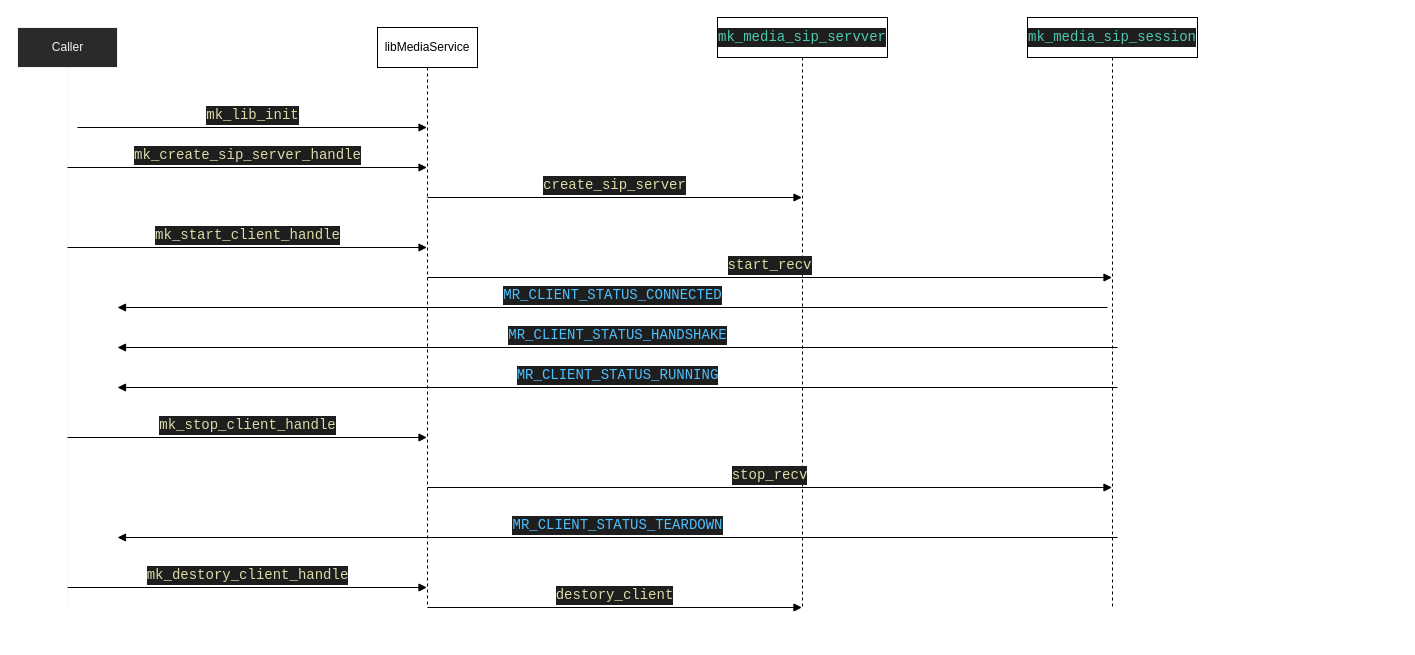
Above: page "02.SIP" (2 of 2) of doc/MediaService.drawio in H-kernel/libMediaService (draw.io), before the change. Source tidied: cells renumbered, new cells numbered last; positions are measured from the earlier drawing's top-left corner, leaving out a move shared by most shapes. Both pictures are drawn from the tidied source at 100%, with x=0, y=0 at pixel (17, 17).
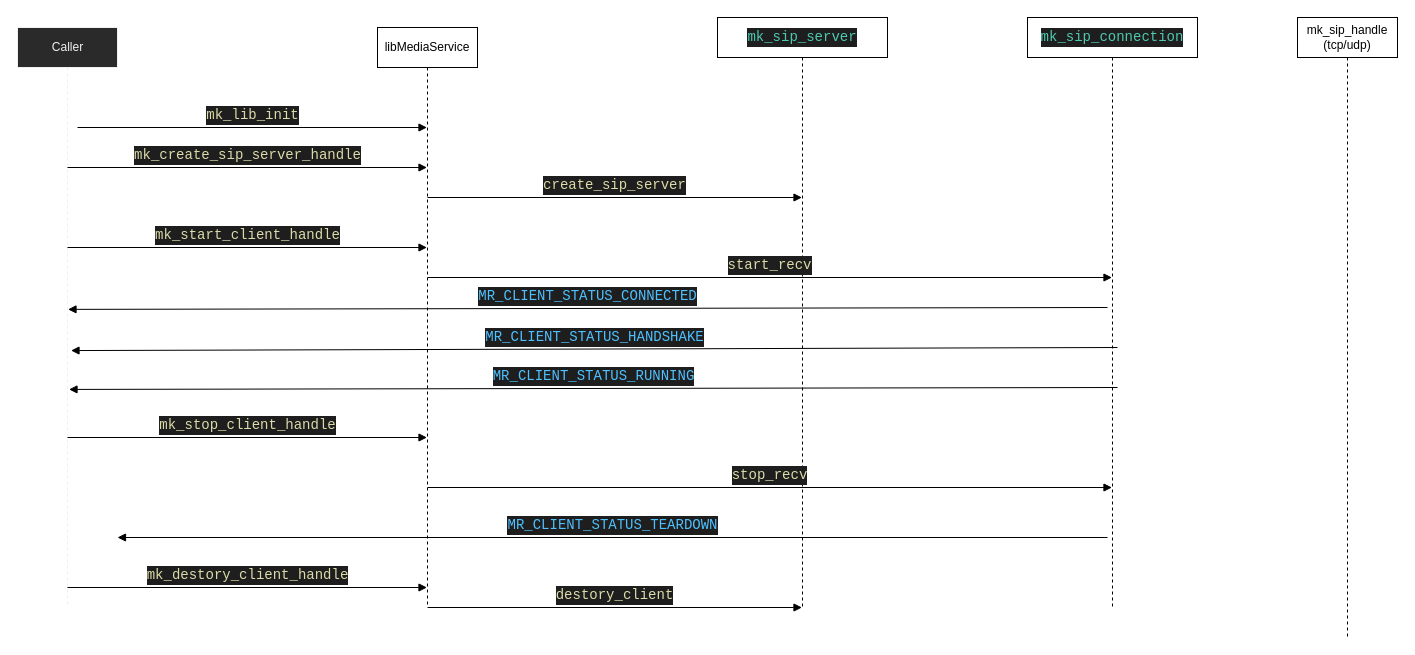
The same diagram, later.

The change refers to these unchanged cells:
```xml
<mxCell id="2" value="Caller" style="html=1;points=[];perimeter=orthogonalPerimeter;shape=umlLifeline;participant=label;fontFamily=Helvetica;fontSize=12;fontColor=#f0f0f0;align=center;strokeColor=#f0f0f0;fillColor=#2a2a2a;" parent="1" vertex="1">
  <mxGeometry y="10" width="100" height="580" as="geometry" />
</mxCell>
```

Change to the diagram source:
```diff
@@
-    <mxCell id="8" value="&lt;div style=&quot;color: rgb(212 , 212 , 212) ; background-color: rgb(30 , 30 , 30) ; font-family: &amp;#34;droid sans mono&amp;#34; , monospace , monospace , &amp;#34;droid sans fallback&amp;#34; ; font-size: 14px ; line-height: 19px&quot;&gt;&lt;span style=&quot;color: #4ec9b0&quot;&gt;mk_media_sip_servver&lt;/span&gt;&lt;/div&gt;" style="shape=umlLifeline;perimeter=lifelinePerimeter;whiteSpace=wrap;html=1;outlineConnect=0;" parent="1" vertex="1">
+    <mxCell id="8" value="&lt;div style=&quot;color: rgb(212 , 212 , 212) ; background-color: rgb(30 , 30 , 30) ; font-family: &amp;#34;droid sans mono&amp;#34; , monospace , monospace , &amp;#34;droid sans fallback&amp;#34; ; font-size: 14px ; line-height: 19px&quot;&gt;&lt;span style=&quot;color: #4ec9b0&quot;&gt;mk_sip_server&lt;/span&gt;&lt;/div&gt;" style="shape=umlLifeline;perimeter=lifelinePerimeter;whiteSpace=wrap;html=1;outlineConnect=0;" parent="1" vertex="1">
       <mxGeometry x="700" width="170" height="590" as="geometry" />
     </mxCell>
-    <mxCell id="9" value="&lt;div style=&quot;color: rgb(212 , 212 , 212) ; background-color: rgb(30 , 30 , 30) ; font-family: &amp;#34;droid sans mono&amp;#34; , monospace , monospace , &amp;#34;droid sans fallback&amp;#34; ; font-size: 14px ; line-height: 19px&quot;&gt;&lt;span style=&quot;color: #4ec9b0&quot;&gt;mk_media_sip_session&lt;/span&gt;&lt;/div&gt;" style="shape=umlLifeline;perimeter=lifelinePerimeter;whiteSpace=wrap;html=1;outlineConnect=0;" parent="1" vertex="1">
+    <mxCell id="9" value="&lt;div style=&quot;color: rgb(212 , 212 , 212) ; background-color: rgb(30 , 30 , 30) ; font-family: &amp;#34;droid sans mono&amp;#34; , monospace , monospace , &amp;#34;droid sans fallback&amp;#34; ; font-size: 14px ; line-height: 19px&quot;&gt;&lt;span style=&quot;color: #4ec9b0&quot;&gt;mk_sip_connection&lt;/span&gt;&lt;/div&gt;" style="shape=umlLifeline;perimeter=lifelinePerimeter;whiteSpace=wrap;html=1;outlineConnect=0;" parent="1" vertex="1">
       <mxGeometry x="1010" width="170" height="590" as="geometry" />
     </mxCell>
-    <mxCell id="10" value="&lt;div style=&quot;color: rgb(212 , 212 , 212) ; background-color: rgb(30 , 30 , 30) ; font-family: &amp;#34;droid sans mono&amp;#34; , monospace , monospace , &amp;#34;droid sans fallback&amp;#34; ; font-size: 14px ; line-height: 19px&quot;&gt;&lt;span style=&quot;color: #4fc1ff&quot;&gt;MR_CLIENT_STATUS_CONNECTED&lt;/span&gt;&lt;/div&gt;" style="html=1;verticalAlign=bottom;endArrow=block;" parent="9" edge="1" target="2">
+    <mxCell id="10" value="&lt;div style=&quot;color: rgb(212 , 212 , 212) ; background-color: rgb(30 , 30 , 30) ; font-family: &amp;#34;droid sans mono&amp;#34; , monospace , monospace , &amp;#34;droid sans fallback&amp;#34; ; font-size: 14px ; line-height: 19px&quot;&gt;&lt;span style=&quot;color: #4fc1ff&quot;&gt;MR_CLIENT_STATUS_CONNECTED&lt;/span&gt;&lt;/div&gt;" style="html=1;verticalAlign=bottom;endArrow=block;entryX=0.505;entryY=0.486;entryDx=0;entryDy=0;entryPerimeter=0;" parent="9" edge="1" target="2">
       <mxGeometry relative="1" as="geometry">
         <mxPoint x="80" y="290" as="sourcePoint" />
       </mxGeometry>
     </mxCell>
-    <mxCell id="11" value="&lt;div style=&quot;color: rgb(212 , 212 , 212) ; background-color: rgb(30 , 30 , 30) ; font-family: &amp;#34;droid sans mono&amp;#34; , monospace , monospace , &amp;#34;droid sans fallback&amp;#34; ; font-size: 14px ; line-height: 19px&quot;&gt;&lt;span style=&quot;color: #4fc1ff&quot;&gt;MR_CLIENT_STATUS_HANDSHAKE&lt;/span&gt;&lt;/div&gt;" style="html=1;verticalAlign=bottom;endArrow=block;" parent="9" edge="1" target="2">
+    <mxCell id="11" value="&lt;div style=&quot;color: rgb(212 , 212 , 212) ; background-color: rgb(30 , 30 , 30) ; font-family: &amp;#34;droid sans mono&amp;#34; , monospace , monospace , &amp;#34;droid sans fallback&amp;#34; ; font-size: 14px ; line-height: 19px&quot;&gt;&lt;span style=&quot;color: #4fc1ff&quot;&gt;MR_CLIENT_STATUS_HANDSHAKE&lt;/span&gt;&lt;/div&gt;" style="html=1;verticalAlign=bottom;endArrow=block;entryX=0.535;entryY=0.557;entryDx=0;entryDy=0;entryPerimeter=0;" parent="9" edge="1" target="2">
       <mxGeometry relative="1" as="geometry">
         <mxPoint x="90" y="330" as="sourcePoint" />
       </mxGeometry>
     </mxCell>
-    <mxCell id="12" value="&lt;div style=&quot;color: rgb(212 , 212 , 212) ; background-color: rgb(30 , 30 , 30) ; font-family: &amp;#34;droid sans mono&amp;#34; , monospace , monospace , &amp;#34;droid sans fallback&amp;#34; ; font-size: 14px ; line-height: 19px&quot;&gt;&lt;span style=&quot;color: #4fc1ff&quot;&gt;MR_CLIENT_STATUS_RUNNING&lt;/span&gt;&lt;/div&gt;" style="html=1;verticalAlign=bottom;endArrow=block;" parent="9" edge="1" target="2">
+    <mxCell id="12" value="&lt;div style=&quot;color: rgb(212 , 212 , 212) ; background-color: rgb(30 , 30 , 30) ; font-family: &amp;#34;droid sans mono&amp;#34; , monospace , monospace , &amp;#34;droid sans fallback&amp;#34; ; font-size: 14px ; line-height: 19px&quot;&gt;&lt;span style=&quot;color: #4fc1ff&quot;&gt;MR_CLIENT_STATUS_RUNNING&lt;/span&gt;&lt;/div&gt;" style="html=1;verticalAlign=bottom;endArrow=block;entryX=0.515;entryY=0.624;entryDx=0;entryDy=0;entryPerimeter=0;" parent="9" edge="1" target="2">
       <mxGeometry relative="1" as="geometry">
         <mxPoint x="90" y="370" as="sourcePoint" />
       </mxGeometry>
     </mxCell>
     <mxCell id="13" value="&lt;div style=&quot;color: rgb(212 , 212 , 212) ; background-color: rgb(30 , 30 , 30) ; font-family: &amp;#34;droid sans mono&amp;#34; , monospace , monospace , &amp;#34;droid sans fallback&amp;#34; ; font-size: 14px ; line-height: 19px&quot;&gt;&lt;span style=&quot;color: #4fc1ff&quot;&gt;MR_CLIENT_STATUS_TEARDOWN&lt;/span&gt;&lt;/div&gt;" style="html=1;verticalAlign=bottom;endArrow=block;" parent="9" edge="1" target="2">
       <mxGeometry relative="1" as="geometry">
-        <mxPoint x="90" y="520" as="sourcePoint" />
+        <mxPoint x="80" y="520" as="sourcePoint" />
       </mxGeometry>
     </mxCell>
@@
+    <mxCell id="19" value="mk_sip_handle&lt;br&gt;(tcp/udp)" style="shape=umlLifeline;perimeter=lifelinePerimeter;whiteSpace=wrap;html=1;" parent="1" vertex="1">
+      <mxGeometry x="1280" width="100" height="620" as="geometry" />
+    </mxCell>
```
